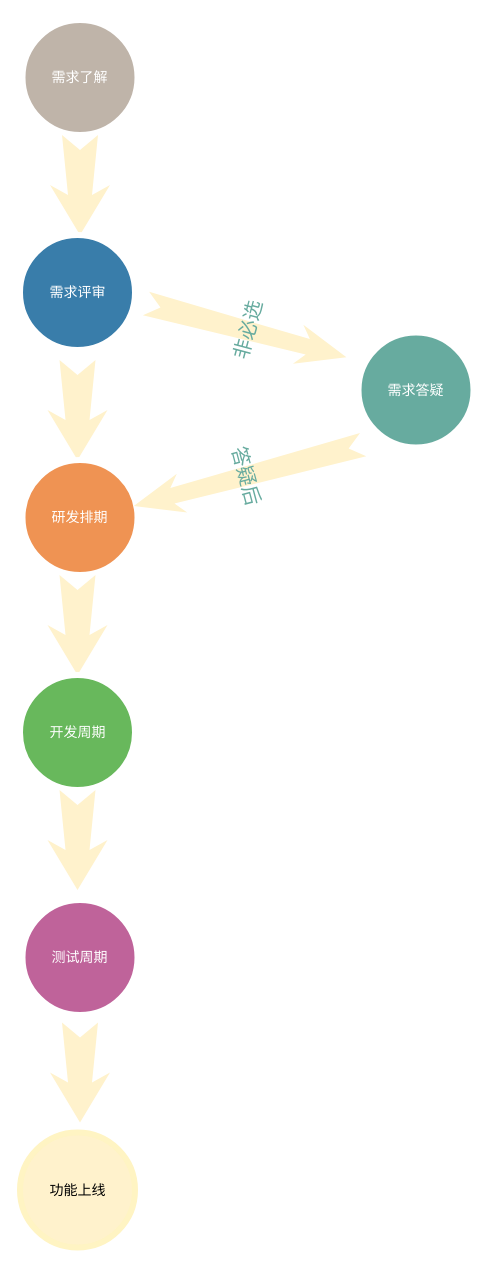
Before: Untitled Diagram.drawio in guttersnipe/scloud, a draw.io diagram. Source tidied: cells renumbered, new cells numbered last; positions are measured from the earlier drawing's top-left corner, leaving out a move shared by most shapes. Both pictures are drawn from the tidied source at 100%, with x=0, y=0 at pixel (20, 20).
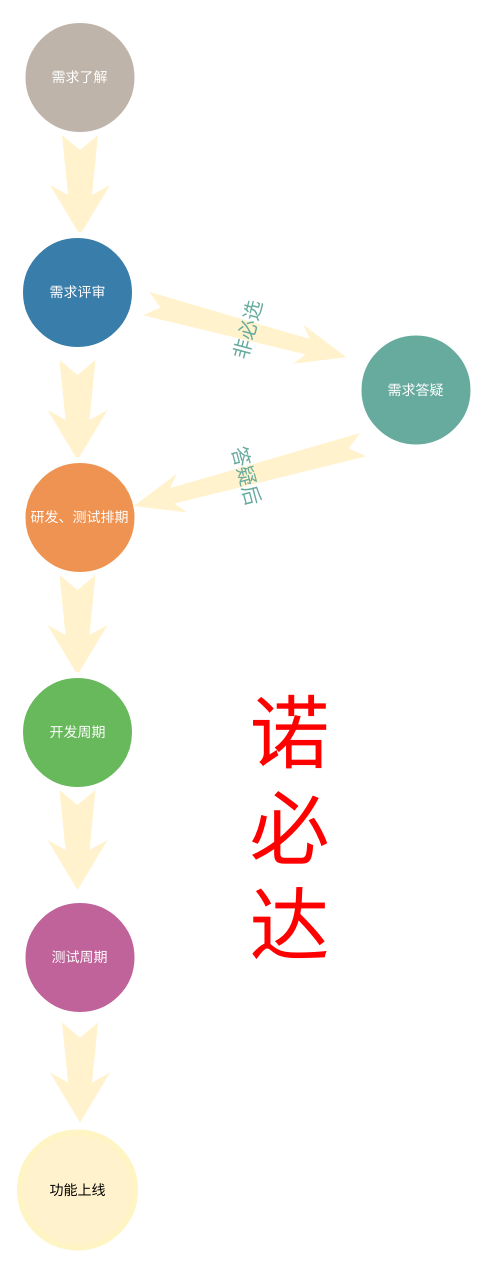
After the change.

What changed in the source:
```diff
@@
 <mxGraphModel background="#ffffff">
   <root>
     <mxCell id="0" />
     <mxCell id="1" parent="0" />
     <mxCell id="2" style="line;strokeWidth=2;html=1;rounded=0;shadow=0;fontSize=27;align=center;fillColor=none;strokeColor=#FFFFFF;direction=south;" parent="1" vertex="1">
       <mxGeometry x="27" y="279.5" width="10" height="240" as="geometry" />
     </mxCell>
     <mxCell id="3" style="line;strokeWidth=2;html=1;rounded=0;shadow=0;fontSize=27;align=center;fillColor=none;strokeColor=#FFFFFF;direction=south;" parent="1" vertex="1">
       <mxGeometry x="27" y="499.5" width="10" height="240" as="geometry" />
     </mxCell>
     <mxCell id="4" value="需求了解" style="ellipse;whiteSpace=wrap;html=1;rounded=0;shadow=0;strokeWidth=6;fontSize=14;align=center;fillColor=#BFB4A9;strokeColor=#FFFFFF;fontColor=#FFFFFF;" parent="1" vertex="1">
       <mxGeometry x="2" y="-0.5" width="115" height="115" as="geometry" />
     </mxCell>
     <mxCell id="5" style="html=1;shadow=0;dashed=0;align=center;verticalAlign=middle;shape=mxgraph.arrows2.stylisedArrow;dy=0.6;dx=40;notch=15;feather=0.4;rounded=0;strokeWidth=1;fontSize=27;strokeColor=none;fillColor=#fff2cc;direction=south;" parent="1" vertex="1">
       <mxGeometry x="29.5" y="114.5" width="60" height="100" as="geometry" />
     </mxCell>
     <mxCell id="6" value="需求评审" style="ellipse;whiteSpace=wrap;html=1;rounded=0;shadow=0;strokeWidth=6;fontSize=14;align=center;fillColor=#397DAA;strokeColor=#FFFFFF;fontColor=#FFFFFF;direction=south;" parent="1" vertex="1">
       <mxGeometry x="-0.5" y="214.5" width="115" height="115" as="geometry" />
     </mxCell>
     <mxCell id="7" style="html=1;shadow=0;dashed=0;align=center;verticalAlign=middle;shape=mxgraph.arrows2.stylisedArrow;dy=0.6;dx=40;notch=15;feather=0.4;rounded=0;strokeWidth=1;fontSize=27;strokeColor=none;fillColor=#fff2cc;direction=south;" parent="1" vertex="1">
       <mxGeometry x="27" y="339.5" width="60" height="100" as="geometry" />
     </mxCell>
-    <mxCell id="8" value="研发排期" style="ellipse;whiteSpace=wrap;html=1;rounded=0;shadow=0;strokeWidth=6;fontSize=14;align=center;fillColor=#EF9353;strokeColor=#FFFFFF;fontColor=#FFFFFF;direction=south;" parent="1" vertex="1">
+    <mxCell id="8" value="研发、测试排期" style="ellipse;whiteSpace=wrap;html=1;rounded=0;shadow=0;strokeWidth=6;fontSize=14;align=center;fillColor=#EF9353;strokeColor=#FFFFFF;fontColor=#FFFFFF;direction=south;" parent="1" vertex="1">
       <mxGeometry x="2" y="439.5" width="115" height="115" as="geometry" />
     </mxCell>
     <mxCell id="9" style="html=1;shadow=0;dashed=0;align=center;verticalAlign=middle;shape=mxgraph.arrows2.stylisedArrow;dy=0.6;dx=40;notch=15;feather=0.4;rounded=0;strokeWidth=1;fontSize=27;strokeColor=none;fillColor=#fff2cc;direction=south;" parent="1" vertex="1">
       <mxGeometry x="27" y="554.5" width="60" height="100" as="geometry" />
     </mxCell>
     <mxCell id="10" value="开发周期" style="ellipse;whiteSpace=wrap;html=1;rounded=0;shadow=0;strokeWidth=6;fontSize=14;align=center;fillColor=#68B85C;strokeColor=#FFFFFF;fontColor=#FFFFFF;direction=south;" parent="1" vertex="1">
       <mxGeometry x="-0.5" y="654.5" width="115" height="115" as="geometry" />
     </mxCell>
     <mxCell id="11" style="html=1;shadow=0;dashed=0;align=center;verticalAlign=middle;shape=mxgraph.arrows2.stylisedArrow;dy=0.6;dx=40;notch=15;feather=0.4;rounded=0;strokeWidth=1;fontSize=27;strokeColor=none;fillColor=#fff2cc;direction=south;" parent="1" vertex="1">
       <mxGeometry x="27" y="769.5" width="60" height="100" as="geometry" />
     </mxCell>
     <mxCell id="12" value="测试周期" style="ellipse;whiteSpace=wrap;html=1;rounded=0;shadow=0;strokeWidth=6;fontSize=14;align=center;fillColor=#BF639A;strokeColor=#FFFFFF;fontColor=#FFFFFF;direction=south;" parent="1" vertex="1">
       <mxGeometry x="2" y="879.5" width="115" height="115" as="geometry" />
     </mxCell>
     <mxCell id="13" value="功能上线" style="ellipse;whiteSpace=wrap;html=1;rounded=0;shadow=0;strokeWidth=6;fontSize=14;align=center;fillColor=#fff2cc;strokeColor=#FFF4C3;direction=south;" parent="1" vertex="1">
       <mxGeometry x="-0.5" y="1112" width="115" height="115" as="geometry" />
     </mxCell>
     <mxCell id="14" style="html=1;shadow=0;dashed=0;align=center;verticalAlign=middle;shape=mxgraph.arrows2.stylisedArrow;dy=0.6;dx=40;notch=15;feather=0.4;rounded=0;strokeWidth=1;fontSize=27;strokeColor=none;fillColor=#fff2cc;direction=south;" parent="1" vertex="1">
       <mxGeometry x="29.5" y="1002" width="60" height="100" as="geometry" />
     </mxCell>
     <mxCell id="15" value="需求答疑" style="ellipse;whiteSpace=wrap;html=1;rounded=0;shadow=0;strokeWidth=6;fontSize=14;align=center;fillColor=#67AB9F;strokeColor=#FFFFFF;fontColor=#FFFFFF;direction=south;" parent="1" vertex="1">
       <mxGeometry x="338" y="312" width="115" height="115" as="geometry" />
     </mxCell>
     <mxCell id="16" value="&lt;font style=&quot;font-size: 20px&quot; face=&quot;Verdana&quot; color=&quot;#67ab9f&quot;&gt;非必选&lt;/font&gt;" style="html=1;shadow=0;dashed=0;align=center;verticalAlign=middle;shape=mxgraph.arrows2.stylisedArrow;dy=0.6;dx=40;notch=15;feather=0.4;rounded=0;strokeWidth=1;fontSize=27;strokeColor=none;fillColor=#fff2cc;direction=south;rotation=-75;" parent="1" vertex="1">
       <mxGeometry x="205.6" y="206.1" width="40.2" height="207.5" as="geometry" />
     </mxCell>
     <mxCell id="17" value="&lt;font color=&quot;#67ab9f&quot; style=&quot;font-size: 20px&quot;&gt;答疑后&lt;/font&gt;" style="html=1;shadow=0;dashed=0;align=center;verticalAlign=middle;shape=mxgraph.arrows2.stylisedArrow;dy=0.6;dx=40;notch=15;feather=0.4;rounded=0;strokeWidth=1;fontSize=27;strokeColor=none;fillColor=#fff2cc;direction=south;rotation=75;" parent="1" vertex="1">
       <mxGeometry x="207.9" y="336.1" width="40.1" height="237.5" as="geometry" />
     </mxCell>
+    <mxCell id="18" value="&lt;font style=&quot;font-size: 80px&quot; color=&quot;#ff0000&quot;&gt;诺必达&lt;/font&gt;" style="text;html=1;strokeColor=none;fillColor=none;align=center;verticalAlign=middle;whiteSpace=wrap;rounded=0;" parent="1" vertex="1">
+      <mxGeometry x="248" y="554.5" width="43" height="510" as="geometry" />
+    </mxCell>
   </root>
 </mxGraphModel>
```
